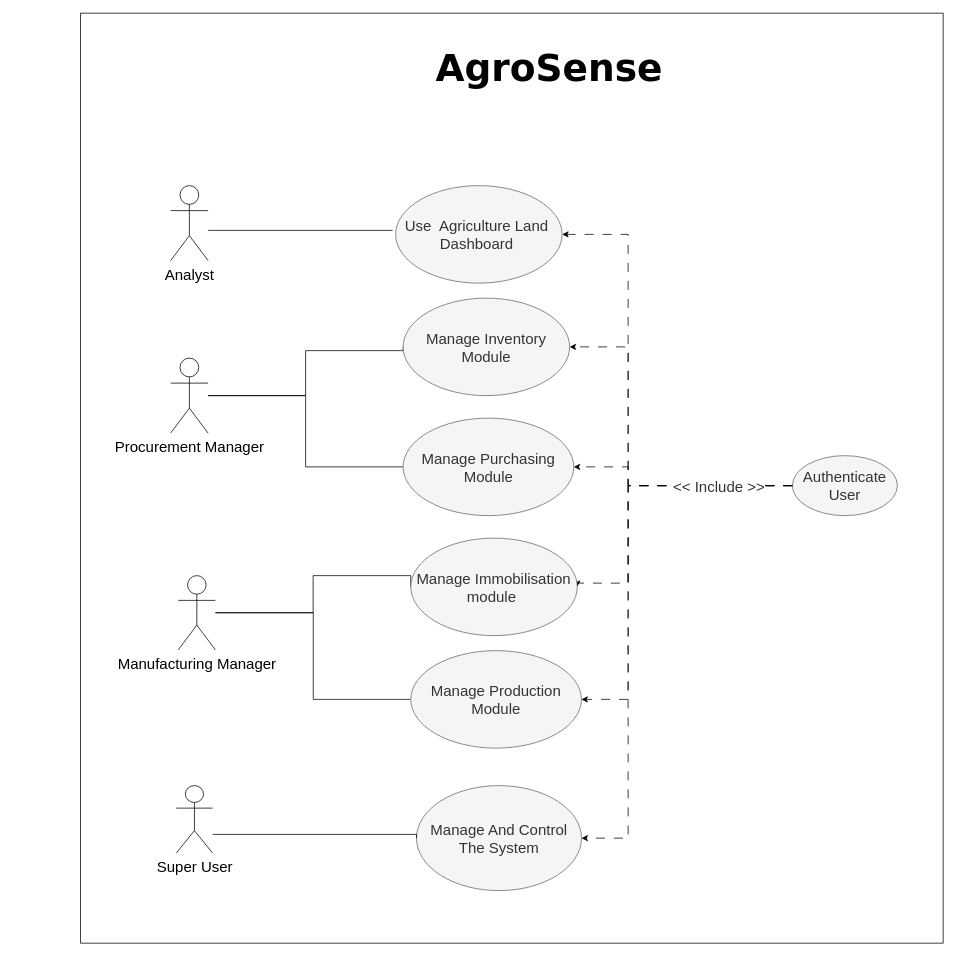
This is conception/usecaseG.drawio from floki1250/AgroSense, a draw.io file, before an edit. Source tidied: cells renumbered, new cells numbered last; positions are measured from the earlier drawing's top-left corner, leaving out a move shared by most shapes. Both pictures are drawn from the tidied source at 75%, with x=0, y=0 at pixel (80, 13).
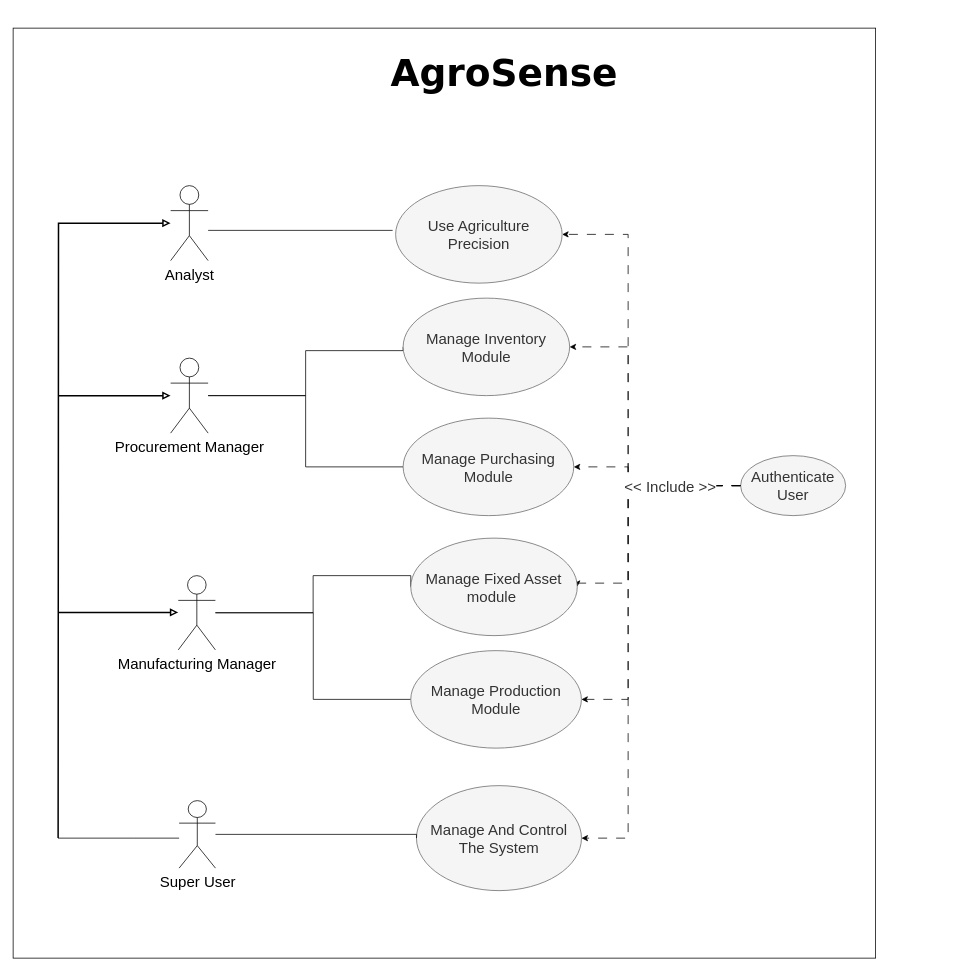
The same diagram, later.

Unchanged cells that the change refers to:
```xml
<mxCell id="5" value="Procurement Manager" style="shape=umlActor;verticalLabelPosition=bottom;verticalAlign=top;html=1;outlineConnect=0;rounded=0;fontSize=20;" parent="1" vertex="1">
  <mxGeometry x="120" y="460" width="50" height="100" as="geometry" />
</mxCell>
<mxCell id="8" value="Manufacturing Manager" style="shape=umlActor;verticalLabelPosition=bottom;verticalAlign=top;html=1;outlineConnect=0;rounded=0;fontSize=20;" parent="1" vertex="1">
  <mxGeometry x="130.2" y="750" width="49.5" height="99" as="geometry" />
</mxCell>
<mxCell id="26" value="Analyst" style="shape=umlActor;verticalLabelPosition=bottom;verticalAlign=top;html=1;outlineConnect=0;rounded=0;fontSize=20;" parent="1" vertex="1">
  <mxGeometry x="120" y="230" width="50" height="100" as="geometry" />
</mxCell>
```

The edit, as a diff of the source:
```diff
@@
     <mxCell id="2" style="rounded=0;whiteSpace=wrap;html=1;fontFamily=Helvetica;fontSize=20;" parent="1" vertex="1">
-      <mxGeometry width="1150" height="1240" as="geometry" />
+      <mxGeometry x="-90" y="20" width="1150" height="1240" as="geometry" />
     </mxCell>
@@
+    <mxCell id="28" style="edgeStyle=orthogonalEdgeStyle;rounded=0;jettySize=auto;html=1;endArrow=none;endFill=0;startArrow=block;startFill=0;strokeWidth=2;" parent="1" edge="1" source="5">
+      <mxGeometry relative="1" as="geometry">
+        <mxPoint x="-30" y="510" as="targetPoint" />
+      </mxGeometry>
+    </mxCell>
@@
+    <mxCell id="29" style="edgeStyle=orthogonalEdgeStyle;rounded=0;jettySize=auto;html=1;endArrow=none;endFill=0;startArrow=block;startFill=0;strokeWidth=2;" parent="1" edge="1" source="8">
+      <mxGeometry relative="1" as="geometry">
+        <mxPoint x="-30" y="799" as="targetPoint" />
+      </mxGeometry>
+    </mxCell>
@@
     <mxCell id="12" value="Authenticate User" style="ellipse;whiteSpace=wrap;html=1;fillColor=#f5f5f5;strokeColor=#666666;rounded=0;fontSize=20;fontColor=#333333;" parent="1" vertex="1">
-      <mxGeometry x="949" y="590" width="140" height="80" as="geometry" />
+      <mxGeometry x="880" y="590" width="140" height="80" as="geometry" />
     </mxCell>
@@
+    <mxCell id="30" style="edgeStyle=orthogonalEdgeStyle;rounded=0;jettySize=auto;html=1;endArrow=none;endFill=0;" parent="1" edge="1" source="18">
+      <mxGeometry relative="1" as="geometry">
+        <mxPoint x="-30" y="1100" as="targetPoint" />
+        <Array as="points">
+          <mxPoint x="70" y="1100" />
+          <mxPoint x="70" y="1100" />
+        </Array>
+      </mxGeometry>
+    </mxCell>
     <mxCell id="18" value="Super User" style="shape=umlActor;verticalLabelPosition=bottom;verticalAlign=top;html=1;outlineConnect=0;rounded=0;fontSize=20;" parent="1" vertex="1">
-      <mxGeometry x="127.5" y="1030" width="48.5" height="90" as="geometry" />
+      <mxGeometry x="131.3" y="1050" width="48.5" height="90" as="geometry" />
     </mxCell>
@@
     <mxCell id="21" value="&lt;font size=&quot;1&quot; face=&quot;Verdana&quot; style=&quot;&quot;&gt;&lt;b style=&quot;font-size: 50px;&quot;&gt;AgroSense&lt;/b&gt;&lt;/font&gt;" style="text;html=1;align=center;verticalAlign=middle;whiteSpace=wrap;rounded=1;arcSize=50;fontSize=20;" parent="1" vertex="1">
-      <mxGeometry x="450" y="13" width="350" height="120" as="geometry" />
+      <mxGeometry x="390" y="20" width="350" height="120" as="geometry" />
     </mxCell>
@@
-    <mxCell id="23" value="Manage Immobilisation module&amp;nbsp;" style="ellipse;whiteSpace=wrap;html=1;fillColor=#f5f5f5;strokeColor=#666666;rounded=0;fontSize=20;fontColor=#333333;" parent="1" vertex="1">
+    <mxCell id="23" value="Manage Fixed Asset module&amp;nbsp;" style="ellipse;whiteSpace=wrap;html=1;fillColor=#f5f5f5;strokeColor=#666666;rounded=0;fontSize=20;fontColor=#333333;" parent="1" vertex="1">
       <mxGeometry x="440.2" y="700" width="222" height="130" as="geometry" />
     </mxCell>
@@
+    <mxCell id="31" style="edgeStyle=orthogonalEdgeStyle;rounded=0;jettySize=auto;html=1;endArrow=none;endFill=0;startArrow=block;startFill=0;strokeWidth=2;" parent="1" edge="1" source="26">
+      <mxGeometry relative="1" as="geometry">
+        <mxPoint x="-30" y="1100" as="targetPoint" />
+      </mxGeometry>
+    </mxCell>
@@
-    <mxCell id="27" value="Use&amp;nbsp; Agriculture Land&amp;nbsp; Dashboard&amp;nbsp;" style="ellipse;whiteSpace=wrap;html=1;fillColor=#f5f5f5;strokeColor=#666666;rounded=0;fontSize=20;fontColor=#333333;" parent="1" vertex="1">
+    <mxCell id="27" value="Use Agriculture Precision" style="ellipse;whiteSpace=wrap;html=1;fillColor=#f5f5f5;strokeColor=#666666;rounded=0;fontSize=20;fontColor=#333333;" parent="1" vertex="1">
       <mxGeometry x="420" y="230" width="222" height="130" as="geometry" />
     </mxCell>
```
